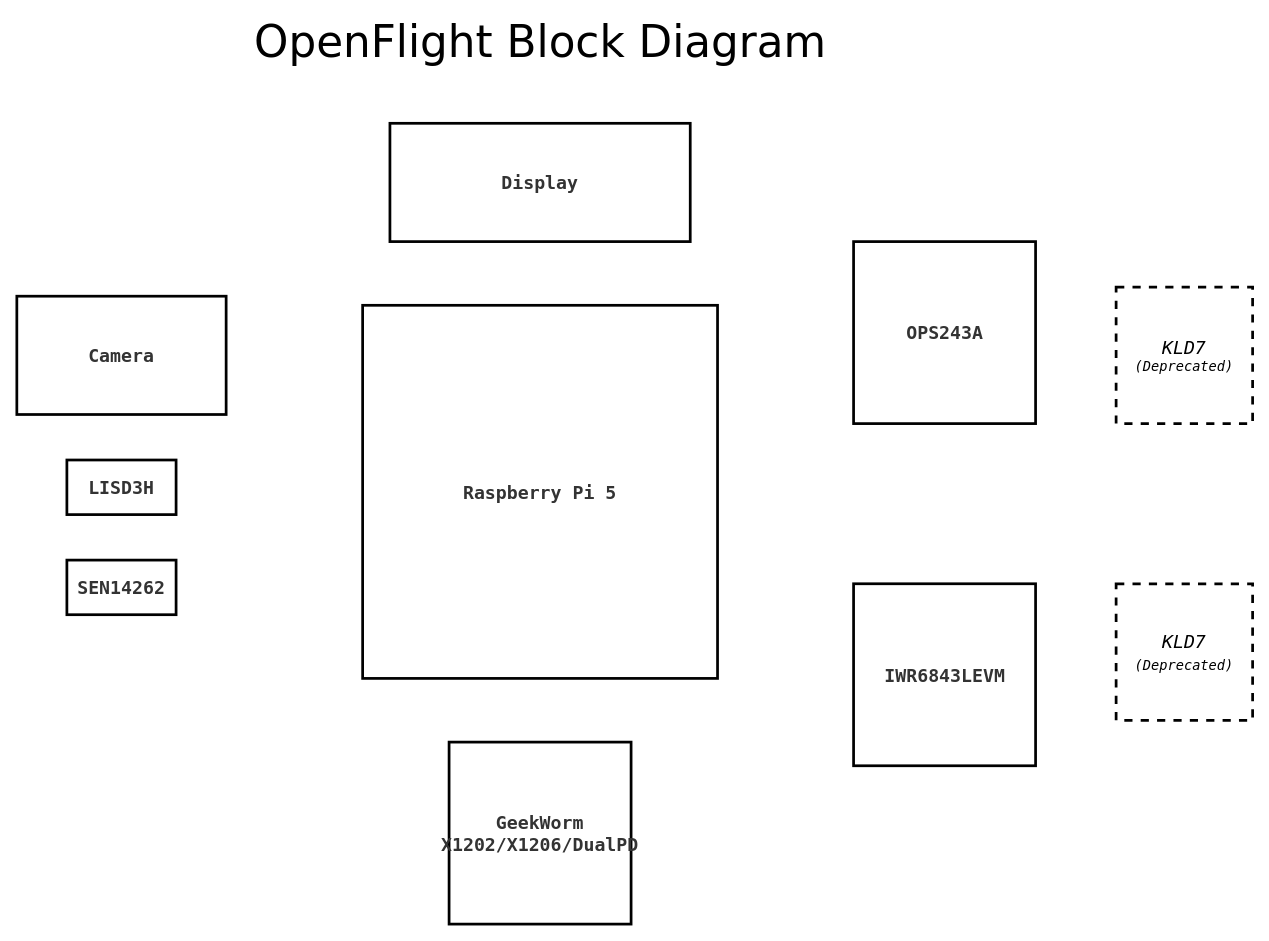
Robinante/OpenFlight-Radar-Workbench keeps this draw.io diagram as docs/OpenFlight_Block_Diagram.drawio. Above is the earlier version. Source tidied: cells renumbered, new cells numbered last; positions are measured from the earlier drawing's top-left corner, leaving out a move shared by most shapes. Both pictures are drawn from the tidied source at 91%, with x=0, y=0 at pixel (16, 28).
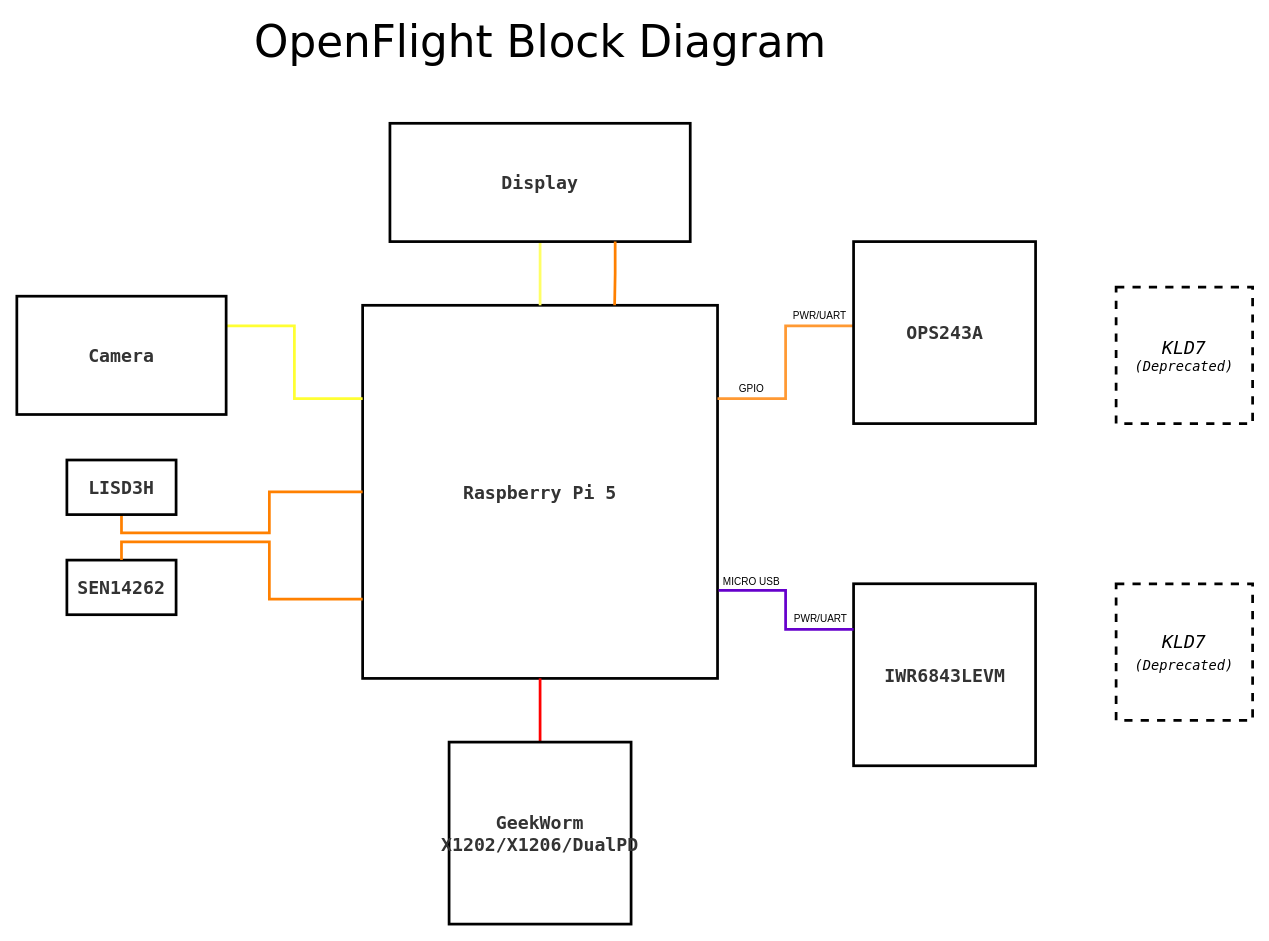
The same diagram, later.

Commit message:
Wire connections DRAFT

Unchanged cells that the change refers to:
```xml
<mxCell id="3" value="Display" style="rounded=0;whiteSpace=wrap;html=1;strokeWidth=3;fontFamily=Lucida Console;fontSize=20;fontColor=#333333;fontStyle=1;align=center;verticalAlign=middle;labelBorderColor=none;labelBackgroundColor=none;" parent="1" vertex="1">
  <mxGeometry x="410" y="104" width="330" height="130" as="geometry" />
</mxCell>
<mxCell id="4" value="Camera" style="rounded=0;whiteSpace=wrap;html=1;strokeWidth=3;fontFamily=Lucida Console;fontSize=20;fontColor=#333333;fontStyle=1;align=center;verticalAlign=middle;labelBorderColor=none;labelBackgroundColor=none;" parent="1" vertex="1">
  <mxGeometry y="294" width="230" height="130" as="geometry" />
</mxCell>
<mxCell id="5" value="SEN14262" style="rounded=0;whiteSpace=wrap;html=1;strokeWidth=3;fontFamily=Lucida Console;fontSize=20;fontColor=#333333;fontStyle=1;align=center;verticalAlign=middle;labelBorderColor=none;labelBackgroundColor=none;" parent="1" vertex="1">
  <mxGeometry x="55" y="584" width="120" height="60" as="geometry" />
</mxCell>
<mxCell id="6" value="LISD3H" style="rounded=0;whiteSpace=wrap;html=1;strokeWidth=3;fontFamily=Lucida Console;fontSize=20;fontColor=#333333;fontStyle=1;align=center;verticalAlign=middle;labelBorderColor=none;labelBackgroundColor=none;" parent="1" vertex="1">
  <mxGeometry x="55" y="474" width="120" height="60" as="geometry" />
</mxCell>
<mxCell id="8" value="IWR6843LEVM" style="rounded=0;whiteSpace=wrap;html=1;strokeWidth=3;fontFamily=Lucida Console;fontSize=20;fontColor=#333333;fontStyle=1;align=center;verticalAlign=middle;labelBorderColor=none;labelBackgroundColor=none;" parent="1" vertex="1">
  <mxGeometry x="919.5" y="610" width="200" height="200" as="geometry" />
</mxCell>
<mxCell id="9" value="GeekWorm&lt;br&gt;X1202/X1206/DualPD" style="rounded=0;whiteSpace=wrap;html=1;strokeWidth=3;fontFamily=Lucida Console;fontSize=20;fontColor=#333333;fontStyle=1;align=center;verticalAlign=middle;labelBorderColor=none;labelBackgroundColor=none;" parent="1" vertex="1">
  <mxGeometry x="475" y="784" width="200" height="200" as="geometry" />
</mxCell>
```

What changed in the source:
```diff
@@
-    <mxCell id="2" value="Raspberry Pi 5" style="rounded=0;whiteSpace=wrap;fillColor=light-dark(#FFFFFF,#FFFFFF);fontColor=#333333;strokeColor=light-dark(#000000,#000000);perimeterSpacing=0;strokeWidth=3;glass=0;labelBackgroundColor=none;labelBorderColor=none;textShadow=0;fontStyle=1;fontSize=20;fontFamily=Lucida Console;html=1;" parent="1" vertex="1">
+    <mxCell id="2" value="Raspberry Pi 5" style="rounded=0;whiteSpace=wrap;fillColor=light-dark(#FFFFFF,#FFFFFF);fontColor=#333333;strokeColor=light-dark(#000000,#000000);perimeterSpacing=0;strokeWidth=3;glass=0;labelBackgroundColor=none;labelBorderColor=none;textShadow=0;fontStyle=1;fontSize=20;fontFamily=Lucida Console;html=1;points=[[0,0,1,0,0],[0,0.25,1,0,0],[0,0.37561,0,0,0],[0,0.5,1,0,0],[0,0.787805,0,0,0],[0,1,1,0,0],[0.25,0,1,0,0],[0.25,1,1,0,0],[0.5,0,1,0,0],[0.5,1,1,0,0],[0.692308,0,0,0,0],[0.75,1,1,0,0],[1,0,1,0,0],[1,0.25,1,0,0],[1,0.5,1,0,0],[1,0.75,1,0,0],[1,1,1,0,0]];" parent="1" vertex="1">
       <mxGeometry x="380" y="304" width="390" height="410" as="geometry" />
     </mxCell>
+    <mxCell id="13" style="edgeStyle=orthogonalEdgeStyle;rounded=0;jettySize=auto;html=1;exitX=0.5;exitY=1;exitDx=0;exitDy=0;entryX=0.5;entryY=0;entryDx=0;entryDy=0;endArrow=none;endFill=0;strokeColor=#FFFF66;strokeWidth=3;" parent="1" edge="1" source="3" target="2">
+      <mxGeometry relative="1" as="geometry" />
+    </mxCell>
@@
+    <mxCell id="14" style="edgeStyle=orthogonalEdgeStyle;rounded=0;jettySize=auto;html=1;exitX=1;exitY=0.25;exitDx=0;exitDy=0;entryX=0;entryY=0.25;entryDx=0;entryDy=0;endArrow=none;endFill=0;strokeColor=#FFFF33;strokeWidth=3;" parent="1" edge="1" source="4" target="2">
+      <mxGeometry relative="1" as="geometry" />
+    </mxCell>
@@
+    <mxCell id="15" style="edgeStyle=orthogonalEdgeStyle;rounded=0;jettySize=auto;html=1;exitX=0.5;exitY=1;exitDx=0;exitDy=0;entryX=0;entryY=0.5;entryDx=0;entryDy=0;endArrow=none;endFill=0;strokeWidth=3;strokeColor=light-dark(#FF8000,#FF8000);" parent="1" edge="1" source="6" target="2">
+      <mxGeometry relative="1" as="geometry" />
+    </mxCell>
@@
+    <mxCell id="16" style="edgeStyle=orthogonalEdgeStyle;rounded=0;jettySize=auto;html=1;exitX=0.003804;exitY=0.462609;exitDx=0;exitDy=0;exitPerimeter=0;entryX=1;entryY=0.25;entryDx=0;entryDy=0;strokeWidth=3;strokeColor=light-dark(#FF9933,#FF9933);endArrow=none;endFill=0;" parent="1" edge="1" source="7" target="2">
+      <mxGeometry relative="1" as="geometry" />
+    </mxCell>
+    <mxCell id="17" value="PWR/UART" style="edgeLabel;html=1;align=center;verticalAlign=middle;" parent="16" vertex="1">
+      <mxGeometry x="-0.54" relative="1" as="geometry">
+        <mxPoint x="14" y="-11" as="offset" />
+      </mxGeometry>
+    </mxCell>
+    <mxCell id="18" value="GPIO" style="edgeLabel;html=1;align=center;verticalAlign=middle;" parent="16" vertex="1">
+      <mxGeometry x="0.7" relative="1" as="geometry">
+        <mxPoint x="2" y="-11" as="offset" />
+      </mxGeometry>
+    </mxCell>
-    <mxCell id="7" value="&lt;div&gt;OPS243A&lt;/div&gt;" style="rounded=0;whiteSpace=wrap;html=1;strokeWidth=3;fontFamily=Lucida Console;fontSize=20;fontColor=#333333;fontStyle=1;align=center;verticalAlign=middle;labelBorderColor=none;labelBackgroundColor=none;" parent="1" vertex="1">
+    <mxCell id="7" value="&lt;div&gt;OPS243A&lt;/div&gt;" style="rounded=0;whiteSpace=wrap;html=1;strokeWidth=3;fontFamily=Lucida Console;fontSize=20;fontColor=#333333;fontStyle=1;align=center;verticalAlign=middle;labelBorderColor=none;labelBackgroundColor=none;points=[[0,0,1,0,0],[0.25,0,1,0,0],[0.5,0,1,0,0],[0.75,0,1,0,0],[1,0,1,0,0],[0,0.25,1,0,0],[0,0.5,1,0,0],[0,0.75,1,0,0],[1,0.25,1,0,0],[1,0.5,1,0,0],[1,0.75,1,0,0],[0,1,1,0,0],[0.25,1,1,0,0],[0.5,1,1,0,0],[0.75,1,1,0,0],[1,1,1,0,0],[0.003804,0.462609,0,0,0]];" parent="1" vertex="1">
       <mxGeometry x="919.5" y="234" width="200" height="200" as="geometry" />
     </mxCell>
@@
+    <mxCell id="19" style="edgeStyle=orthogonalEdgeStyle;rounded=0;jettySize=auto;html=1;exitX=0.5;exitY=0;exitDx=0;exitDy=0;entryX=0.5;entryY=1;entryDx=0;entryDy=0;endArrow=none;endFill=0;strokeWidth=3;strokeColor=#FF0000;" parent="1" edge="1" source="9" target="2">
+      <mxGeometry relative="1" as="geometry" />
+    </mxCell>
@@
+    <mxCell id="20" style="edgeStyle=orthogonalEdgeStyle;rounded=0;jettySize=auto;html=1;exitX=0;exitY=0.25;exitDx=0;exitDy=0;entryX=1.003;entryY=0.764;entryDx=0;entryDy=0;entryPerimeter=0;endArrow=none;endFill=0;startArrow=none;startFill=0;strokeWidth=3;strokeColor=#6600CC;" parent="1" edge="1" source="8" target="2">
+      <mxGeometry relative="1" as="geometry" />
+    </mxCell>
+    <mxCell id="21" value="PWR/UART" style="edgeLabel;html=1;align=center;verticalAlign=middle;" parent="20" vertex="1">
+      <mxGeometry x="-0.57" y="1" relative="1" as="geometry">
+        <mxPoint x="4" y="-13" as="offset" />
+      </mxGeometry>
+    </mxCell>
+    <mxCell id="22" value="MICRO USB" style="edgeLabel;html=1;align=center;verticalAlign=middle;" parent="20" vertex="1">
+      <mxGeometry x="0.65" relative="1" as="geometry">
+        <mxPoint x="2" y="-10" as="offset" />
+      </mxGeometry>
+    </mxCell>
+    <mxCell id="23" style="edgeStyle=orthogonalEdgeStyle;rounded=0;jettySize=auto;html=1;exitX=0.5;exitY=0;exitDx=0;exitDy=0;entryX=0;entryY=0.787805;entryDx=0;entryDy=0;entryPerimeter=0;strokeWidth=3;endArrow=none;endFill=0;strokeColor=#FF8000;" parent="1" edge="1" source="5" target="2">
+      <mxGeometry relative="1" as="geometry" />
+    </mxCell>
+    <mxCell id="24" style="edgeStyle=orthogonalEdgeStyle;rounded=0;jettySize=auto;html=1;exitX=0.75;exitY=1;exitDx=0;exitDy=0;entryX=0.71;entryY=0;entryDx=0;entryDy=0;entryPerimeter=0;endArrow=none;endFill=0;strokeColor=#FF8000;strokeWidth=3;" parent="1" edge="1" source="3" target="2">
+      <mxGeometry relative="1" as="geometry" />
+    </mxCell>
```
